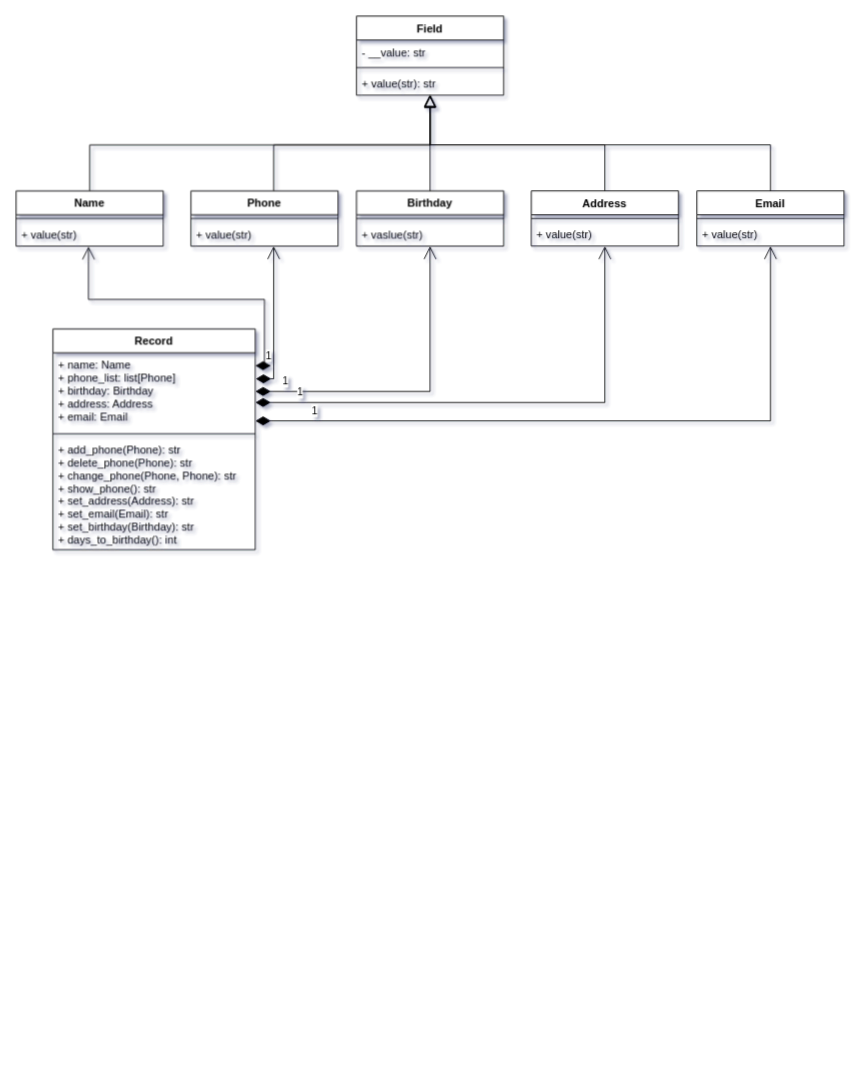
Above: Персональный помощник.drawio in PavelStelmakhV/personal-assistant-with-cli (draw.io), before the change. Source tidied: cells renumbered, new cells numbered last; positions are measured from the earlier drawing's top-left corner, leaving out a move shared by most shapes. Both pictures are drawn from the tidied source at 92%, with x=0, y=0 at pixel (16, 16).
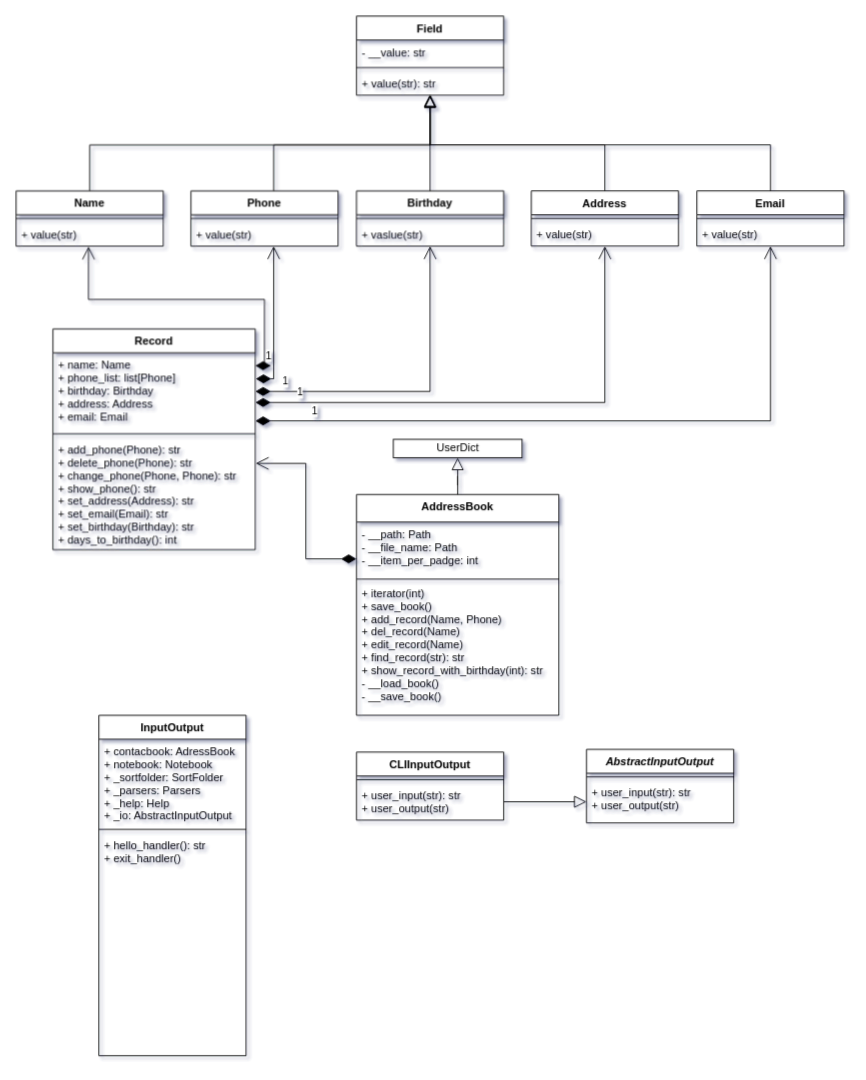
Above is the later version.

The change refers to these unchanged cells:
```xml
<mxCell id="21" value="+ add_phone(Phone): str&#10;+ delete_phone(Phone): str&#10;+ change_phone(Phone, Phone): str&#10;+ show_phone(): str&#10;+ set_address(Address): str&#10;+ set_email(Email): str&#10;+ set_birthday(Birthday): str&#10;+ days_to_birthday(): int" style="text;strokeColor=none;fillColor=none;align=left;verticalAlign=top;spacingLeft=4;spacingRight=4;overflow=hidden;points=[[0,0.5],[1,0.5]];portConstraint=eastwest;" parent="18" vertex="1">
  <mxGeometry y="118" width="220" height="122" as="geometry" />
</mxCell>
```

Diff of the diagram source:
```diff
@@
+    <mxCell id="35" style="edgeStyle=orthogonalEdgeStyle;rounded=0;jettySize=auto;html=1;strokeWidth=1;endArrow=block;endFill=0;endSize=11;" parent="1" edge="1" source="36" target="40">
+      <mxGeometry relative="1" as="geometry" />
+    </mxCell>
+    <mxCell id="36" value="AddressBook" style="swimlane;fontStyle=1;align=center;verticalAlign=top;horizontal=1;startSize=30;" parent="1" vertex="1">
+      <mxGeometry x="370" y="520" width="220" height="240" as="geometry" />
+    </mxCell>
+    <mxCell id="37" value="- __path: Path&#10;- __file_name: Path&#10;- __item_per_padge: int&#10;" style="text;strokeColor=none;fillColor=none;align=left;verticalAlign=top;spacingLeft=4;spacingRight=4;overflow=hidden;points=[[0,0.5],[1,0.5]];portConstraint=eastwest;" parent="36" vertex="1">
+      <mxGeometry y="30" width="220" height="60" as="geometry" />
+    </mxCell>
+    <mxCell id="38" style="line;strokeWidth=1;fillColor=none;align=left;verticalAlign=middle;spacingTop=-1;spacingLeft=3;spacingRight=3;labelPosition=right;strokeColor=inherit;" parent="36" vertex="1">
+      <mxGeometry y="90" width="220" height="4" as="geometry" />
+    </mxCell>
+    <mxCell id="39" value="+ iterator(int)&#10;+ save_book()&#10;+ add_record(Name, Phone)&#10;+ del_record(Name)&#10;+ edit_record(Name)&#10;+ find_record(str): str&#10;+ show_record_with_birthday(int): str&#10;- __load_book()&#10;- __save_book()&#10;" style="text;strokeColor=none;fillColor=none;align=left;verticalAlign=top;spacingLeft=4;spacingRight=4;overflow=hidden;" parent="36" vertex="1">
+      <mxGeometry y="94" width="220" height="146" as="geometry" />
+    </mxCell>
+    <mxCell id="40" value="UserDict" style="html=1;" parent="1" vertex="1">
+      <mxGeometry x="410" y="460" width="140" height="20" as="geometry" />
+    </mxCell>
+    <mxCell id="41" style="endArrow=open;html=1;endSize=12;startArrow=diamondThin;startSize=14;startFill=1;edgeStyle=orthogonalEdgeStyle;align=left;verticalAlign=bottom;rounded=0;strokeWidth=1;entryX=1.002;entryY=0.231;entryDx=0;entryDy=0;entryPerimeter=0;exitX=0;exitY=0.667;exitDx=0;exitDy=0;exitPerimeter=0;" parent="1" edge="1" source="37" target="21">
+      <mxGeometry x="-1" y="-14" relative="1" as="geometry">
+        <mxPoint x="10" y="4" as="offset" />
+      </mxGeometry>
+    </mxCell>
+    <mxCell id="42" value="AbstractInputOutput" style="swimlane;fontStyle=3;align=center;verticalAlign=top;horizontal=1;startSize=26;" parent="1" vertex="1">
+      <mxGeometry x="620" y="797" width="160" height="80" as="geometry" />
+    </mxCell>
+    <mxCell id="43" style="line;strokeWidth=1;fillColor=none;align=left;verticalAlign=middle;spacingTop=-1;spacingLeft=3;spacingRight=3;labelPosition=right;strokeColor=inherit;" parent="42" vertex="1">
+      <mxGeometry y="26" width="160" height="8" as="geometry" />
+    </mxCell>
+    <mxCell id="44" value="+ user_input(str): str&#10;+ user_output(str)" style="text;strokeColor=none;fillColor=none;align=left;verticalAlign=top;spacingLeft=4;spacingRight=4;overflow=hidden;points=[[0,0.5],[1,0.5]];portConstraint=eastwest;" parent="42" vertex="1">
+      <mxGeometry y="34" width="160" height="46" as="geometry" />
+    </mxCell>
+    <mxCell id="45" value="CLIInputOutput" style="swimlane;fontStyle=1;align=center;verticalAlign=top;horizontal=1;startSize=26;" parent="1" vertex="1">
+      <mxGeometry x="370" y="800" width="160" height="74" as="geometry" />
+    </mxCell>
+    <mxCell id="46" style="line;strokeWidth=1;fillColor=none;align=left;verticalAlign=middle;spacingTop=-1;spacingLeft=3;spacingRight=3;labelPosition=right;strokeColor=inherit;" parent="45" vertex="1">
+      <mxGeometry y="26" width="160" height="8" as="geometry" />
+    </mxCell>
+    <mxCell id="47" value="+ user_input(str): str&#10;+ user_output(str)" style="text;strokeColor=none;fillColor=none;align=left;verticalAlign=top;spacingLeft=4;spacingRight=4;overflow=hidden;points=[[0,0.5],[1,0.5]];portConstraint=eastwest;" parent="45" vertex="1">
+      <mxGeometry y="34" width="160" height="40" as="geometry" />
+    </mxCell>
+    <mxCell id="48" style="edgeStyle=orthogonalEdgeStyle;rounded=0;jettySize=auto;html=1;strokeWidth=1;endArrow=block;endFill=0;endSize=11;entryX=0;entryY=0.5;entryDx=0;entryDy=0;" parent="1" edge="1" source="47" target="44">
+      <mxGeometry relative="1" as="geometry" />
+    </mxCell>
+    <mxCell id="49" value="InputOutput" style="swimlane;fontStyle=1;align=center;verticalAlign=top;horizontal=1;startSize=26;" parent="1" vertex="1">
+      <mxGeometry x="90" y="760" width="160" height="370" as="geometry" />
+    </mxCell>
+    <mxCell id="50" value="+ contacbook: AdressBook&#10;+ notebook: Notebook&#10;+ _sortfolder: SortFolder&#10;+ _parsers: Parsers&#10;+ _help: Help&#10;+ _io: AbstractInputOutput" style="text;strokeColor=none;fillColor=none;align=left;verticalAlign=top;spacingLeft=4;spacingRight=4;overflow=hidden;" parent="49" vertex="1">
+      <mxGeometry y="26" width="160" height="94" as="geometry" />
+    </mxCell>
+    <mxCell id="51" style="line;strokeWidth=1;fillColor=none;align=left;verticalAlign=middle;spacingTop=-1;spacingLeft=3;spacingRight=3;labelPosition=right;strokeColor=inherit;" parent="49" vertex="1">
+      <mxGeometry y="120" width="160" height="8" as="geometry" />
+    </mxCell>
+    <mxCell id="52" value="+ hello_handler(): str&#10;+ exit_handler()&#10;" style="text;strokeColor=none;fillColor=none;align=left;verticalAlign=top;spacingLeft=4;spacingRight=4;overflow=hidden;" parent="49" vertex="1">
+      <mxGeometry y="128" width="160" height="242" as="geometry" />
+    </mxCell>
```
